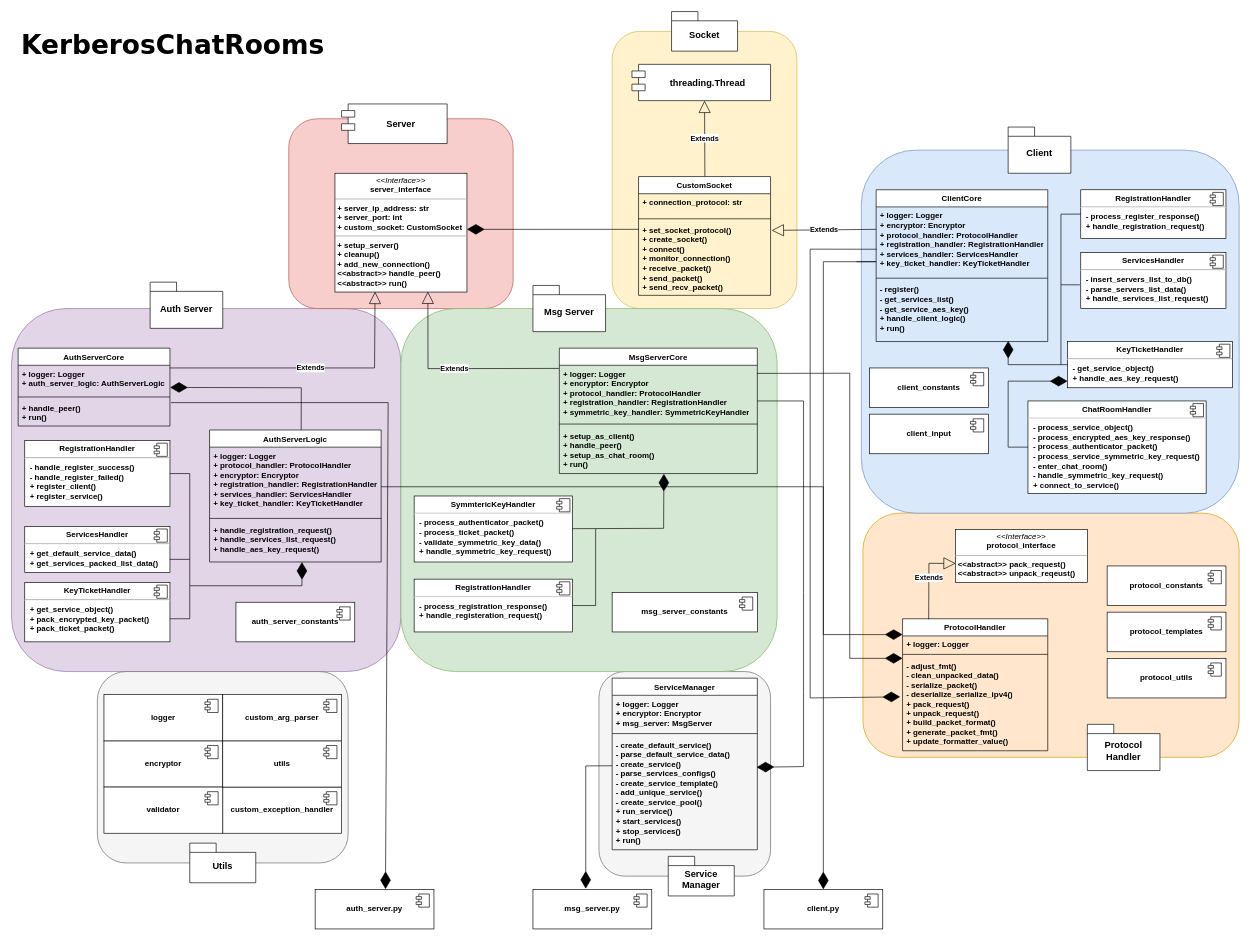
This is Images/software_architecture.drawio from Blizmofa/KerberosChatRooms, a draw.io file, before an edit. Source tidied: cells renumbered, new cells numbered last; positions are measured from the earlier drawing's top-left corner, leaving out a move shared by most shapes. Both pictures are drawn from the tidied source at 66%, with x=0, y=0 at pixel (11, 11).
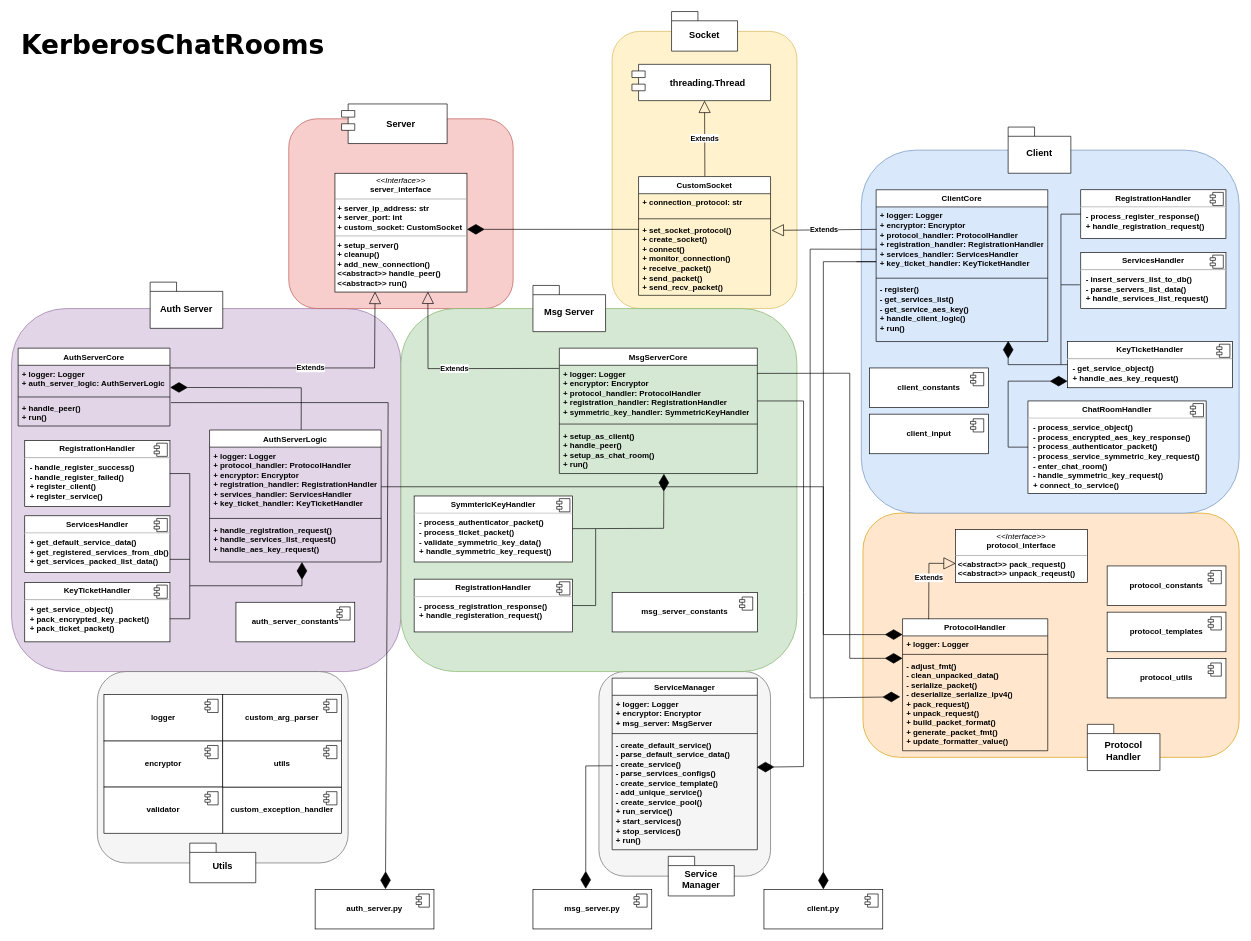
The same page after the edit.

Change to the diagram source:
```diff
@@
     <mxCell id="9" style="rounded=1;whiteSpace=wrap;html=1;fillColor=#d5e8d4;strokeColor=#82b366;" parent="1" vertex="1">
-      <mxGeometry x="590" y="450" width="570" height="550" as="geometry" />
+      <mxGeometry x="590" y="450" width="600" height="550" as="geometry" />
     </mxCell>
@@
-    <mxCell id="30" value="&lt;p style=&quot;margin:0px;margin-top:6px;text-align:center;&quot;&gt;&lt;b&gt;ServicesHandler&lt;/b&gt;&lt;/p&gt;&lt;hr&gt;&lt;p style=&quot;margin:0px;margin-left:8px;&quot;&gt;&lt;b&gt;+ get_default_service_data()&lt;br&gt;+ get_services_packed_list_data()&lt;/b&gt;&lt;/p&gt;&lt;p style=&quot;margin:0px;margin-left:8px;&quot;&gt;&lt;br&gt;&lt;/p&gt;" style="align=left;overflow=fill;html=1;whiteSpace=wrap;" parent="1" vertex="1">
-      <mxGeometry x="20" y="780" width="220" height="70" as="geometry" />
+    <mxCell id="30" value="&lt;p style=&quot;margin:0px;margin-top:6px;text-align:center;&quot;&gt;&lt;b&gt;ServicesHandler&lt;/b&gt;&lt;/p&gt;&lt;hr&gt;&lt;p style=&quot;margin:0px;margin-left:8px;&quot;&gt;&lt;b&gt;+ get_default_service_data()&lt;/b&gt;&lt;/p&gt;&lt;p style=&quot;margin:0px;margin-left:8px;&quot;&gt;&lt;b&gt;+ get_registered_services_from_db()&lt;br&gt;+ get_services_packed_list_data()&lt;/b&gt;&lt;/p&gt;&lt;p style=&quot;margin:0px;margin-left:8px;&quot;&gt;&lt;br&gt;&lt;/p&gt;" style="align=left;overflow=fill;html=1;whiteSpace=wrap;" parent="1" vertex="1">
+      <mxGeometry x="20" y="764" width="220" height="86" as="geometry" />
     </mxCell>
```
